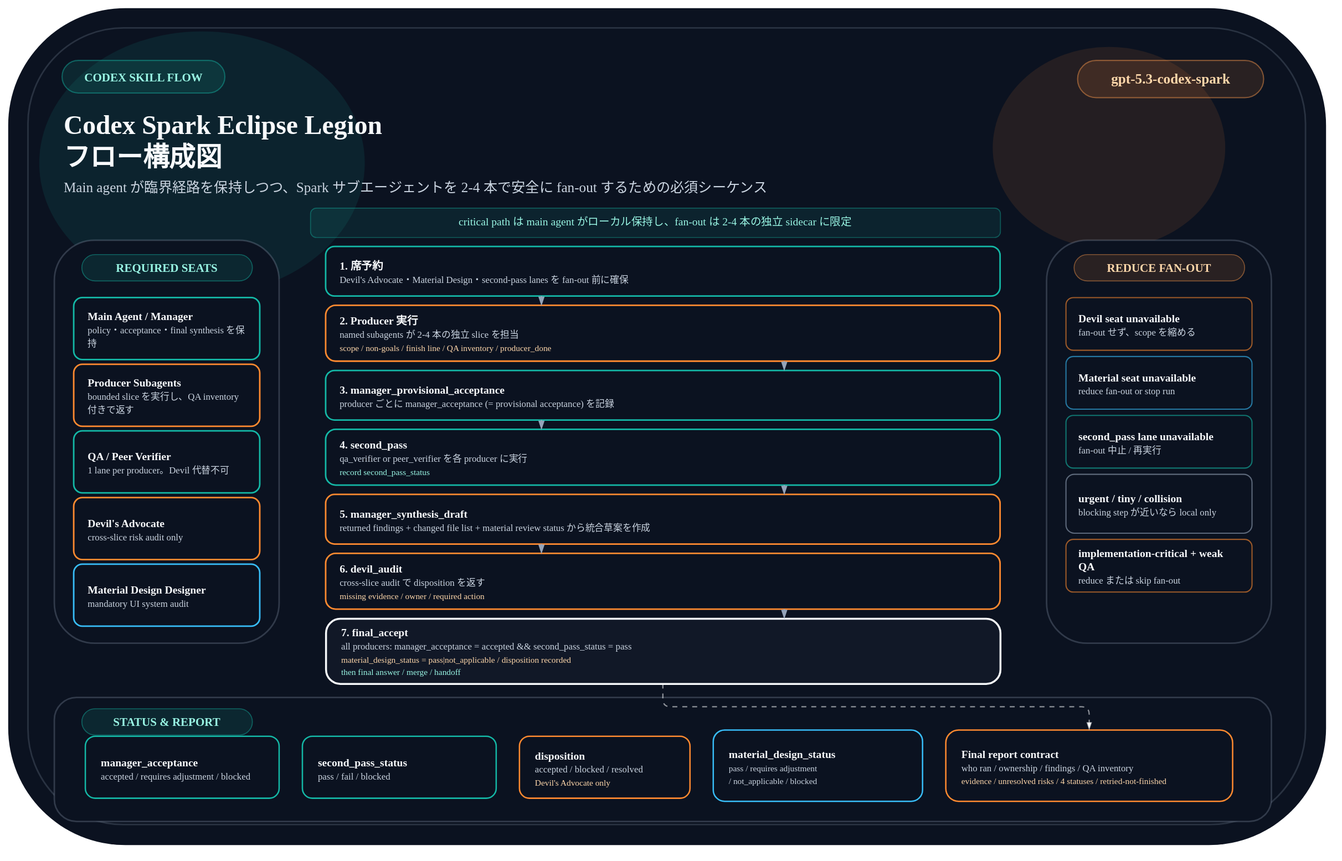
Earlier version of the draw.io export docs/public/legion-orchestration-flow.drawio.svg (Sunwood-ai-labs/codex-spark-eclipse-legion). Source tidied: cells renumbered, new cells last; positions are measured from the earlier drawing's top-left corner, leaving out a move shared by most shapes.
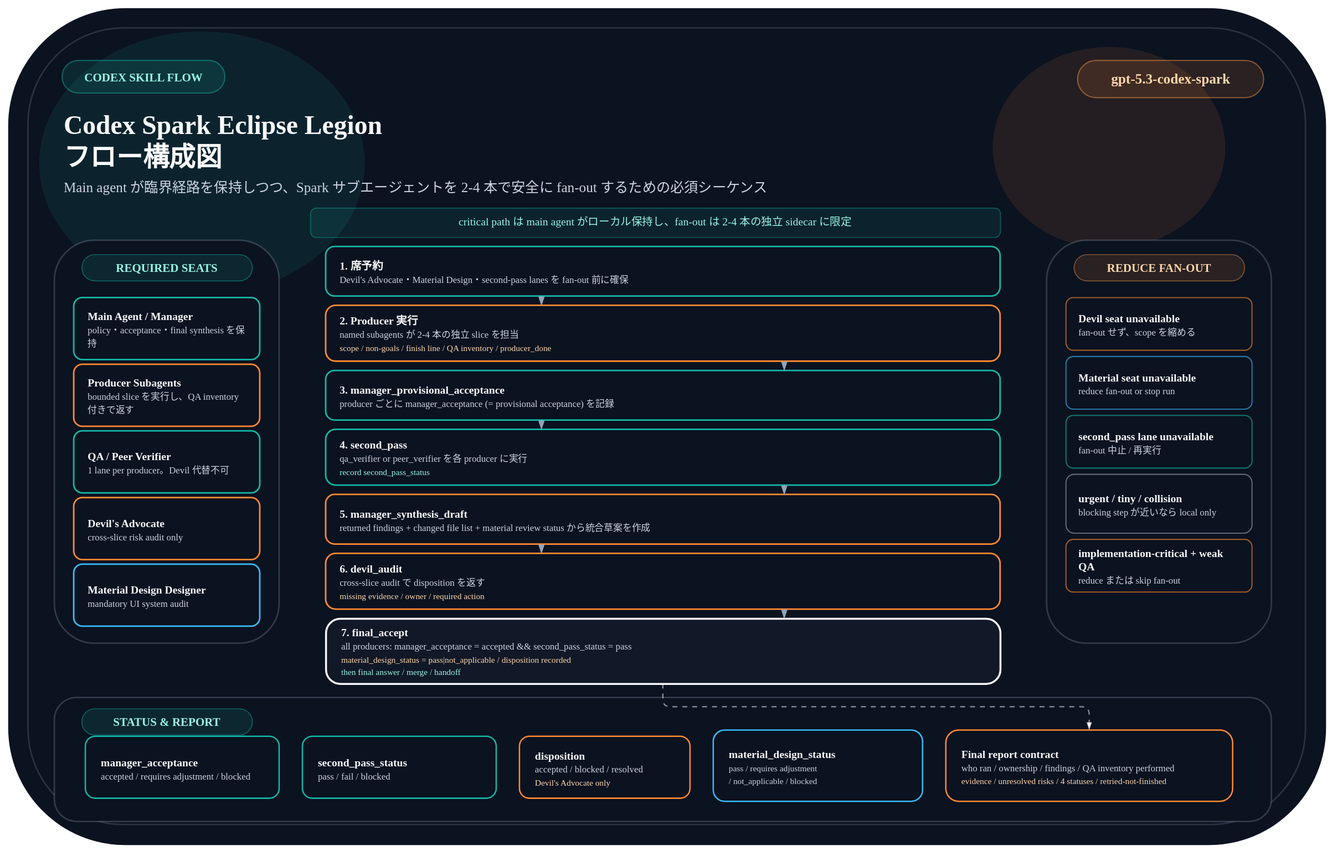
After the commit.

Commit message:
🧪 Require executed QA inventory in reports

Change to the diagram source:
```diff
@@ -110,7 +110,7 @@
     <mxCell id="37" value="&lt;b&gt;material_design_status&lt;/b&gt;&lt;br&gt;&lt;font style='font-size:11px;color:#CBD5E1'&gt;pass / requires adjustment&lt;br&gt;/ not_applicable / blocked&lt;/font&gt;" style="rounded=1;whiteSpace=wrap;html=1;arcSize=16;fillColor=#111827;gradientColor=#0B1220;gradientDirection=southEast;strokeColor=#38BDF8;strokeWidth=1.8;fontFamily=Noto Sans JP;fontSize=14;fontColor=#F8FAFC;align=left;verticalAlign=middle;spacingTop=12;spacingLeft=18;spacingRight=16;spacingBottom=6;" parent="1" vertex="1">
       <mxGeometry x="910" y="932" width="270" height="92" as="geometry" />
     </mxCell>
-    <mxCell id="38" value="&lt;b&gt;Final report contract&lt;/b&gt;&lt;br&gt;&lt;font style='font-size:12px;color:#CBD5E1'&gt;who ran / ownership / findings / QA inventory&lt;/font&gt;&lt;br&gt;&lt;font style='font-size:11px;color:#FED7AA'&gt;evidence / unresolved risks / 4 statuses / retried-not-finished&lt;/font&gt;" style="rounded=1;whiteSpace=wrap;html=1;arcSize=18;fillColor=#111827;gradientColor=#0B1220;gradientDirection=southEast;strokeColor=#FF8A30;strokeWidth=1.8;fontFamily=Noto Sans JP;fontSize=14;fontColor=#F8FAFC;align=left;verticalAlign=middle;spacingTop=12;spacingLeft=18;spacingRight=16;spacingBottom=6;" parent="1" vertex="1">
+    <mxCell id="38" value="&lt;b&gt;Final report contract&lt;/b&gt;&lt;br&gt;&lt;font style='font-size:12px;color:#CBD5E1'&gt;who ran / ownership / findings / QA inventory performed&lt;/font&gt;&lt;br&gt;&lt;font style='font-size:11px;color:#FED7AA'&gt;evidence / unresolved risks / 4 statuses / retried-not-finished&lt;/font&gt;" style="rounded=1;whiteSpace=wrap;html=1;arcSize=18;fillColor=#111827;gradientColor=#0B1220;gradientDirection=southEast;strokeColor=#FF8A30;strokeWidth=1.8;fontFamily=Noto Sans JP;fontSize=14;fontColor=#F8FAFC;align=left;verticalAlign=middle;spacingTop=12;spacingLeft=18;spacingRight=16;spacingBottom=6;" parent="1" vertex="1">
       <mxGeometry x="1210" y="932" width="370" height="92" as="geometry" />
     </mxCell>
     <mxCell id="39" style="edgeStyle=orthogonalEdgeStyle;rounded=1;jettySize=auto;html=1;exitX=0.32;exitY=1;exitPerimeter=1;entryX=0.32;entryY=0;entryPerimeter=1;strokeColor=#94A3B8;strokeWidth=2;endArrow=blockThin;endFill=1;" parent="1" edge="1" source="26" target="27">
```
